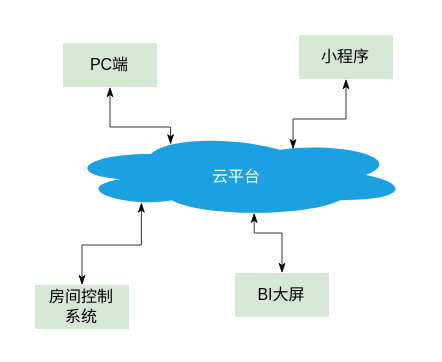
Above: 翱云系统架构.drawio in JohnNash23/test (draw.io), before the change. Source tidied: cells renumbered, new cells numbered last; positions are measured from the earlier drawing's top-left corner, leaving out a move shared by most shapes. Both pictures are drawn from the tidied source at 200%, with x=0, y=0 at pixel (34, 34).
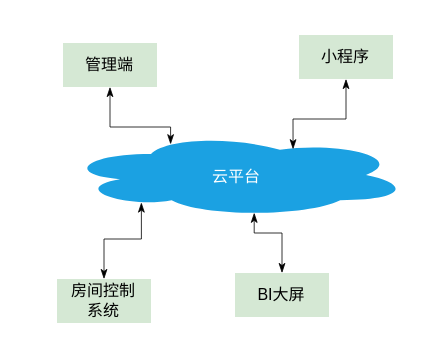
After the change.

Commit message:
更新翱云系统架构.drawio

Diff of the diagram source:
```diff
@@
 <mxGraphModel>
   <root>
     <mxCell id="0" />
     <mxCell id="1" parent="0" />
     <mxCell id="2" value="&lt;div&gt;&lt;font style=&quot;font-size: 8px&quot;&gt;云平台&lt;/font&gt;&lt;/div&gt;" style="ellipse;shape=cloud;whiteSpace=wrap;html=1;strokeWidth=0.2;fillColor=#1ba1e2;strokeColor=none;fontColor=#ffffff;" parent="1" vertex="1">
       <mxGeometry x="15" y="49" width="172" height="42" as="geometry" />
     </mxCell>
     <mxCell id="3" style="edgeStyle=orthogonalEdgeStyle;rounded=0;jettySize=auto;html=1;exitX=0.5;exitY=0;exitDx=0;exitDy=0;entryX=0.222;entryY=0.828;entryDx=0;entryDy=0;entryPerimeter=0;fontSize=8;endArrow=classicThin;startArrow=classicThin;startFill=1;endFill=1;strokeWidth=0.4;endSize=4;startSize=4;" parent="1" edge="1" source="4" target="2">
       <mxGeometry relative="1" as="geometry" />
     </mxCell>
     <mxCell id="4" value="&lt;div&gt;房间控制&lt;br&gt;&lt;/div&gt;&lt;div&gt;系统&lt;/div&gt;" style="rounded=0;whiteSpace=wrap;html=1;strokeWidth=0.2;fontSize=8;fillColor=#d5e8d4;strokeColor=none;" parent="1" vertex="1">
-      <mxGeometry y="125" width="47" height="22" as="geometry" />
+      <mxGeometry x="11" y="122" width="47" height="22" as="geometry" />
     </mxCell>
     <mxCell id="5" style="edgeStyle=orthogonalEdgeStyle;rounded=0;jettySize=auto;html=1;exitX=0.5;exitY=1;exitDx=0;exitDy=0;entryX=0.307;entryY=0.134;entryDx=0;entryDy=0;entryPerimeter=0;fontSize=8;endArrow=classicThin;startArrow=classicThin;startFill=1;endFill=1;strokeWidth=0.4;endSize=4;startSize=4;" parent="1" edge="1" source="6" target="2">
       <mxGeometry relative="1" as="geometry" />
     </mxCell>
-    <mxCell id="6" value="PC端" style="rounded=0;whiteSpace=wrap;html=1;strokeWidth=0.2;fontSize=8;fillColor=#d5e8d4;strokeColor=none;" parent="1" vertex="1">
+    <mxCell id="6" value="管理端" style="rounded=0;whiteSpace=wrap;html=1;strokeWidth=0.2;fontSize=8;fillColor=#d5e8d4;strokeColor=none;" parent="1" vertex="1">
       <mxGeometry x="14" y="4" width="47" height="22" as="geometry" />
     </mxCell>
     <mxCell id="7" style="edgeStyle=orthogonalEdgeStyle;rounded=0;jettySize=auto;html=1;exitX=0.5;exitY=1;exitDx=0;exitDy=0;entryX=0.663;entryY=0.193;entryDx=0;entryDy=0;entryPerimeter=0;fontSize=8;endArrow=classicThin;startArrow=classicThin;startFill=1;endFill=1;strokeWidth=0.4;endSize=4;startSize=4;" parent="1" edge="1" source="8" target="2">
       <mxGeometry relative="1" as="geometry" />
     </mxCell>
     <mxCell id="8" value="小程序" style="rounded=0;whiteSpace=wrap;html=1;strokeWidth=0.2;fontSize=8;fillColor=#d5e8d4;strokeColor=none;" parent="1" vertex="1">
       <mxGeometry x="132" width="47" height="22" as="geometry" />
     </mxCell>
     <mxCell id="9" style="edgeStyle=orthogonalEdgeStyle;rounded=0;jettySize=auto;html=1;entryX=0.55;entryY=0.95;entryDx=0;entryDy=0;entryPerimeter=0;fontSize=8;endArrow=classicThin;startArrow=classicThin;startFill=1;endFill=1;strokeWidth=0.4;endSize=4;startSize=4;" parent="1" edge="1" source="10" target="2">
       <mxGeometry relative="1" as="geometry" />
     </mxCell>
     <mxCell id="10" value="BI大屏" style="rounded=0;whiteSpace=wrap;html=1;strokeWidth=0.2;fontSize=8;fillColor=#d5e8d4;strokeColor=none;" parent="1" vertex="1">
       <mxGeometry x="100" y="119" width="47" height="22" as="geometry" />
     </mxCell>
   </root>
 </mxGraphModel>
```
